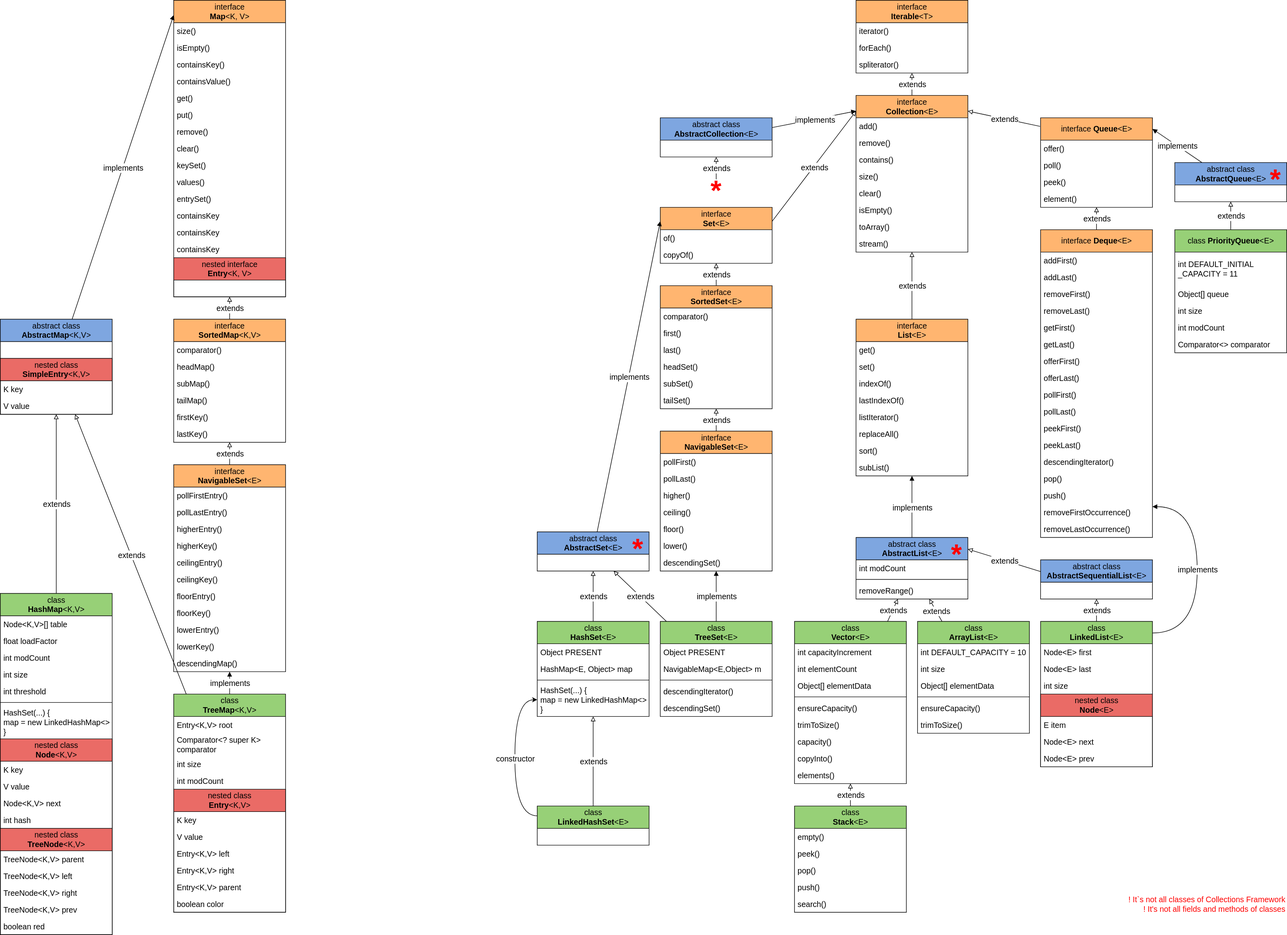
This is Collections Framework.svg from v-sidorenko/javapic, a draw.io export, as it was before one commit. Source tidied: cells renumbered, new cells last; positions are measured from the earlier drawing's top-left corner, leaving out a move shared by most shapes.
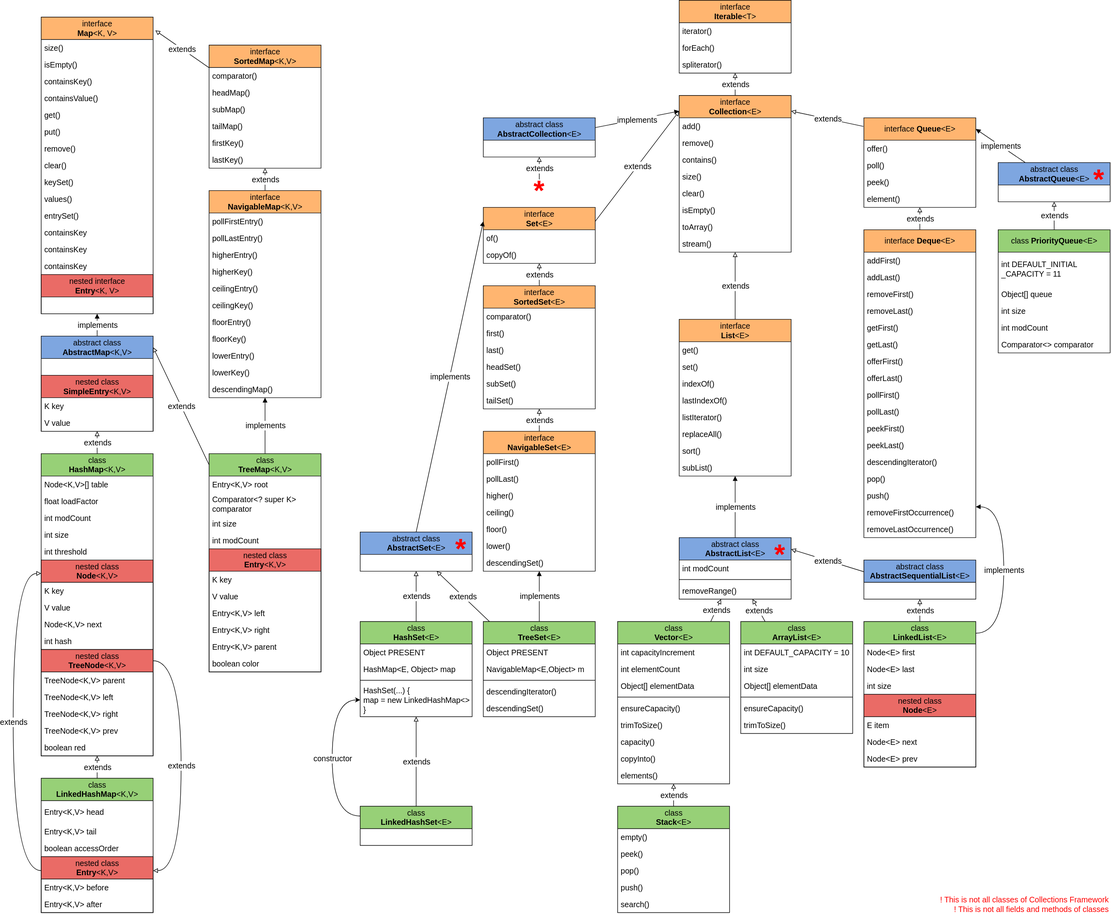
The same diagram one commit later.

Commit message:
Collection Framework done

What changed in the source:
```diff
@@ -194,8 +194,8 @@
     <mxCell id="65" style="endArrow=classic;html=1;rounded=0;edgeStyle=orthogonalEdgeStyle;curved=1;exitX=0;exitY=0.25;exitDx=0;exitDy=0;entryX=0;entryY=0.5;entryDx=0;entryDy=0;" parent="1" edge="1" source="61" target="58">
       <mxGeometry relative="1" as="geometry">
         <Array as="points">
-          <mxPoint x="920" y="1458" />
-          <mxPoint x="920" y="1250" />
+          <mxPoint x="910" y="1458" />
+          <mxPoint x="910" y="1250" />
         </Array>
       </mxGeometry>
     </mxCell>
@@ -364,8 +364,8 @@
     <mxCell id="120" style="endArrow=block;html=1;rounded=0;fontSize=14;fontColor=#000000;startSize=40;endFill=1;edgeStyle=orthogonalEdgeStyle;curved=1;exitX=1;exitY=0.08;exitDx=0;exitDy=0;exitPerimeter=0;entryX=1;entryY=0.9;entryDx=0;entryDy=0;entryPerimeter=0;" parent="1" edge="1" source="92" target="102">
       <mxGeometry relative="1" as="geometry">
         <Array as="points">
-          <mxPoint x="2140" y="1131" />
-          <mxPoint x="2140" y="905" />
+          <mxPoint x="2110" y="1131" />
+          <mxPoint x="2110" y="905" />
         </Array>
       </mxGeometry>
     </mxCell>
@@ -541,7 +541,7 @@
       <mxGeometry x="170" y="10" width="20" height="20" as="geometry" />
     </mxCell>
     <mxCell id="178" value="interface&lt;br&gt;&lt;b&gt;Map&lt;/b&gt;&amp;lt;K, V&amp;gt;" style="swimlane;fontStyle=0;horizontal=1;startSize=40;fontSize=14;strokeColor=default;fillColor=#FFB570;arcSize=15;html=1;swimlaneFillColor=none;" parent="1" vertex="1">
-      <mxGeometry x="310" width="200" height="530" as="geometry" />
+      <mxGeometry x="390" y="30" width="200" height="530" as="geometry" />
     </mxCell>
     <mxCell id="179" value="size()" style="text;strokeColor=none;fillColor=none;align=left;verticalAlign=middle;spacingLeft=4;spacingRight=4;overflow=hidden;fontSize=14;fontColor=default;fontStyle=0;" parent="178" vertex="1">
       <mxGeometry y="40" width="200" height="30" as="geometry" />
@@ -589,7 +589,7 @@
       <mxGeometry y="460" width="200" height="70" as="geometry" />
     </mxCell>
     <mxCell id="194" value="interface&lt;br&gt;&lt;b&gt;SortedMap&lt;/b&gt;&amp;lt;K,V&amp;gt;" style="swimlane;fontStyle=0;horizontal=1;startSize=40;fontSize=14;strokeColor=default;fillColor=#FFB570;arcSize=15;html=1;swimlaneFillColor=none;" parent="1" vertex="1">
-      <mxGeometry x="310" y="570" width="200" height="220" as="geometry" />
+      <mxGeometry x="690" y="80" width="200" height="220" as="geometry" />
     </mxCell>
     <mxCell id="195" value="comparator()" style="text;strokeColor=none;fillColor=none;align=left;verticalAlign=middle;spacingLeft=4;spacingRight=4;overflow=hidden;fontSize=14;fontColor=#000000;fontStyle=0;" parent="194" vertex="1">
       <mxGeometry y="40" width="200" height="30" as="geometry" />
@@ -609,14 +609,14 @@
     <mxCell id="200" value="lastKey()" style="text;strokeColor=none;fillColor=none;align=left;verticalAlign=middle;spacingLeft=4;spacingRight=4;overflow=hidden;fontSize=14;fontColor=#000000;" parent="194" vertex="1">
       <mxGeometry y="190" width="200" height="30" as="geometry" />
     </mxCell>
-    <mxCell id="201" style="endArrow=block;html=1;rounded=0;fontSize=14;fontColor=#000000;startSize=40;endFill=0;" parent="1" edge="1" source="194" target="178">
+    <mxCell id="201" style="endArrow=block;html=1;rounded=0;fontSize=14;fontColor=#000000;startSize=40;endFill=0;entryX=1.02;entryY=0.045;entryDx=0;entryDy=0;entryPerimeter=0;" parent="1" edge="1" source="194" target="178">
       <mxGeometry relative="1" as="geometry" />
     </mxCell>
     <mxCell id="202" value="extends" style="edgeLabel;html=1;align=center;verticalAlign=middle;fontSize=14;fontColor=#000000;startSize=40;strokeColor=default;fillColor=none;" parent="201" vertex="1">
       <mxGeometry relative="1" as="geometry" />
     </mxCell>
-    <mxCell id="203" value="interface&lt;br&gt;&lt;b&gt;NavigableSet&lt;/b&gt;&amp;lt;E&amp;gt;" style="swimlane;fontStyle=0;horizontal=1;startSize=40;fontSize=14;strokeColor=default;fillColor=#FFB570;arcSize=15;html=1;swimlaneFillColor=none;" parent="1" vertex="1">
-      <mxGeometry x="310" y="830" width="200" height="370" as="geometry" />
+    <mxCell id="203" value="interface&lt;br&gt;&lt;b&gt;NavigableMap&lt;/b&gt;&amp;lt;K,V&amp;gt;" style="swimlane;fontStyle=0;horizontal=1;startSize=40;fontSize=14;strokeColor=default;fillColor=#FFB570;arcSize=15;html=1;swimlaneFillColor=none;" parent="1" vertex="1">
+      <mxGeometry x="690" y="340" width="200" height="370" as="geometry" />
     </mxCell>
     <mxCell id="204" value="pollFirstEntry()" style="text;strokeColor=none;fillColor=none;align=left;verticalAlign=middle;spacingLeft=4;spacingRight=4;overflow=hidden;fontSize=14;fontColor=#000000;fontStyle=0;" parent="203" vertex="1">
       <mxGeometry y="40" width="200" height="30" as="geometry" />
@@ -658,7 +658,7 @@
       <mxGeometry relative="1" as="geometry" />
     </mxCell>
     <mxCell id="217" value="abstract class&lt;br&gt;&lt;b&gt;AbstractMap&lt;/b&gt;&amp;lt;K,V&amp;gt;" style="swimlane;fontStyle=0;horizontal=1;startSize=40;fontSize=14;strokeColor=default;fillColor=#7EA6E0;arcSize=15;html=1;swimlaneFillColor=none;" parent="1" vertex="1">
-      <mxGeometry y="570" width="200" height="170" as="geometry" />
+      <mxGeometry x="390" y="600" width="200" height="170" as="geometry" />
     </mxCell>
     <mxCell id="218" value=" " style="text;strokeColor=none;fillColor=none;align=left;verticalAlign=middle;spacingLeft=4;spacingRight=4;overflow=hidden;fontSize=14;fontColor=#000000;fontStyle=0;" parent="217" vertex="1">
       <mxGeometry y="40" width="200" height="30" as="geometry" />
@@ -673,7 +673,7 @@
       <mxGeometry y="70" width="200" height="30" as="geometry" />
     </mxCell>
     <mxCell id="222" value="class&lt;br&gt;&lt;b&gt;TreeMap&lt;/b&gt;&amp;lt;K,V&amp;gt;" style="swimlane;fontStyle=0;horizontal=1;startSize=40;fontSize=14;strokeColor=default;fillColor=#97D077;arcSize=15;html=1;swimlaneFillColor=none;" parent="1" vertex="1">
-      <mxGeometry x="310" y="1240" width="200" height="390" as="geometry" />
+      <mxGeometry x="690" y="810" width="200" height="390" as="geometry" />
     </mxCell>
     <mxCell id="223" value="Entry&lt;K,V&gt; root" style="text;strokeColor=none;fillColor=none;align=left;verticalAlign=middle;spacingLeft=4;spacingRight=4;overflow=hidden;fontSize=14;fontColor=#000000;" parent="222" vertex="1">
       <mxGeometry y="40" width="200" height="30" as="geometry" />
@@ -714,23 +714,23 @@
     <mxCell id="235" value="implements" style="edgeLabel;html=1;align=center;verticalAlign=middle;fontSize=14;fontColor=#000000;startSize=40;strokeColor=default;fillColor=none;" parent="234" vertex="1">
       <mxGeometry relative="1" as="geometry" />
     </mxCell>
-    <mxCell id="236" style="endArrow=block;html=1;rounded=0;fontSize=14;fontColor=#000000;startSize=40;endFill=0;exitX=-0.003;exitY=0.052;exitDx=0;exitDy=0;exitPerimeter=0;" parent="1" edge="1" source="222" target="217">
+    <mxCell id="236" style="endArrow=block;html=1;rounded=0;fontSize=14;fontColor=#000000;startSize=40;endFill=0;exitX=0;exitY=0.051;exitDx=0;exitDy=0;entryX=1;entryY=0.118;entryDx=0;entryDy=0;entryPerimeter=0;exitPerimeter=0;" parent="1" edge="1" source="222" target="217">
       <mxGeometry relative="1" as="geometry" />
     </mxCell>
     <mxCell id="237" value="extends" style="edgeLabel;html=1;align=center;verticalAlign=middle;fontSize=14;fontColor=#000000;startSize=40;strokeColor=default;fillColor=none;" parent="236" vertex="1">
       <mxGeometry relative="1" as="geometry" />
     </mxCell>
-    <mxCell id="238" value="! It`s not all classes of Collections Framework&#10;! It's not all fields and methods of classes" style="text;strokeColor=none;fillColor=none;align=right;verticalAlign=middle;rounded=0;fontSize=14;fontColor=#FF0000;spacing=2;fontStyle=0;" parent="1" vertex="1">
-      <mxGeometry x="2010" y="1600" width="290" height="30" as="geometry" />
+    <mxCell id="238" value="! This is not all classes of Collections Framework&#10;! This is not all fields and methods of classes" style="text;strokeColor=none;fillColor=none;align=right;verticalAlign=middle;rounded=0;fontSize=14;fontColor=#FF0000;spacing=2;fontStyle=0;" parent="1" vertex="1">
+      <mxGeometry x="1970" y="1600" width="330" height="30" as="geometry" />
     </mxCell>
-    <mxCell id="239" style="endArrow=block;html=1;rounded=0;fontSize=14;fontColor=#000000;startSize=40;endFill=1;entryX=0;entryY=0.05;entryDx=0;entryDy=0;entryPerimeter=0;" parent="1" edge="1" source="217" target="178">
+    <mxCell id="239" style="endArrow=block;html=1;rounded=0;fontSize=14;fontColor=#000000;startSize=40;endFill=1;" parent="1" edge="1" source="217" target="178">
       <mxGeometry relative="1" as="geometry" />
     </mxCell>
     <mxCell id="240" value="implements" style="edgeLabel;html=1;align=center;verticalAlign=middle;fontSize=14;fontColor=#000000;startSize=40;strokeColor=default;fillColor=none;" parent="239" vertex="1">
       <mxGeometry relative="1" as="geometry" />
     </mxCell>
     <mxCell id="241" value="class&lt;br&gt;&lt;b&gt;HashMap&lt;/b&gt;&amp;lt;K,V&amp;gt;" style="swimlane;fontStyle=0;horizontal=1;startSize=40;fontSize=14;strokeColor=default;fillColor=#97D077;arcSize=15;html=1;swimlaneFillColor=none;" parent="1" vertex="1">
-      <mxGeometry y="1060" width="200" height="610" as="geometry" />
+      <mxGeometry x="390" y="810" width="200" height="540" as="geometry" />
     </mxCell>
     <mxCell id="242" value="Node&lt;K,V&gt;[] table" style="text;strokeColor=none;fillColor=none;align=left;verticalAlign=middle;spacingLeft=4;spacingRight=4;overflow=hidden;fontSize=14;fontColor=#000000;fontStyle=0;" parent="241" vertex="1">
       <mxGeometry y="40" width="200" height="30" as="geometry" />
@@ -747,14 +747,8 @@
     <mxCell id="246" value="int threshold" style="text;strokeColor=none;fillColor=none;align=left;verticalAlign=middle;spacingLeft=4;spacingRight=4;overflow=hidden;fontSize=14;fontColor=#000000;fontStyle=0;" parent="241" vertex="1">
       <mxGeometry y="160" width="200" height="30" as="geometry" />
     </mxCell>
-    <mxCell id="247" style="line;strokeWidth=1;html=1;" parent="241" vertex="1">
-      <mxGeometry y="190" width="200" height="10" as="geometry" />
-    </mxCell>
-    <mxCell id="248" value="HashSet(...) {&#10;map = new LinkedHashMap&lt;&gt;(...);&#10;}" style="text;strokeColor=none;fillColor=none;align=left;verticalAlign=middle;spacingLeft=4;spacingRight=4;overflow=hidden;fontSize=14;fontColor=#000000;" parent="241" vertex="1">
-      <mxGeometry y="200" width="200" height="60" as="geometry" />
-    </mxCell>
     <mxCell id="249" value="nested class&lt;br&gt;&lt;b&gt;Node&lt;/b&gt;&amp;lt;K,V&amp;gt;" style="swimlane;fontStyle=0;horizontal=1;startSize=40;fontSize=14;strokeColor=default;fillColor=#EA6B66;arcSize=15;html=1;swimlaneFillColor=none;" parent="241" vertex="1">
-      <mxGeometry y="260" width="200" height="160" as="geometry" />
+      <mxGeometry y="190" width="200" height="160" as="geometry" />
     </mxCell>
     <mxCell id="250" value="K key" style="text;strokeColor=none;fillColor=none;align=left;verticalAlign=middle;spacingLeft=4;spacingRight=4;overflow=hidden;fontSize=14;fontColor=#000000;fontStyle=0;" parent="249" vertex="1">
       <mxGeometry y="40" width="200" height="30" as="geometry" />
@@ -769,7 +763,7 @@
       <mxGeometry y="130" width="200" height="30" as="geometry" />
     </mxCell>
     <mxCell id="254" value="nested class&lt;br&gt;&lt;b&gt;TreeNode&lt;/b&gt;&amp;lt;K,V&amp;gt;" style="swimlane;fontStyle=0;horizontal=1;startSize=40;fontSize=14;strokeColor=default;fillColor=#EA6B66;arcSize=15;html=1;swimlaneFillColor=none;" parent="241" vertex="1">
-      <mxGeometry y="420" width="200" height="190" as="geometry" />
+      <mxGeometry y="350" width="200" height="190" as="geometry" />
     </mxCell>
     <mxCell id="255" value="TreeNode&lt;K,V&gt; parent" style="text;strokeColor=none;fillColor=none;align=left;verticalAlign=middle;spacingLeft=4;spacingRight=4;overflow=hidden;fontSize=14;fontColor=#000000;fontStyle=0;" parent="254" vertex="1">
       <mxGeometry y="40" width="200" height="30" as="geometry" />
@@ -792,5 +786,54 @@
     <mxCell id="261" value="extends" style="edgeLabel;html=1;align=center;verticalAlign=middle;fontSize=14;fontColor=#000000;startSize=40;strokeColor=default;fillColor=none;" parent="260" vertex="1">
       <mxGeometry relative="1" as="geometry" />
     </mxCell>
+    <mxCell id="262" value="class&lt;br&gt;&lt;b&gt;LinkedHashMap&lt;/b&gt;&amp;lt;K,V&amp;gt;" style="swimlane;fontStyle=0;horizontal=1;startSize=40;fontSize=14;strokeColor=default;fillColor=#97D077;arcSize=15;html=1;swimlaneFillColor=none;" parent="1" vertex="1">
+      <mxGeometry x="390" y="1390" width="200" height="240" as="geometry" />
+    </mxCell>
+    <mxCell id="263" value="Entry&lt;K,V&gt; head" style="text;strokeColor=none;fillColor=none;align=left;verticalAlign=middle;spacingLeft=4;spacingRight=4;overflow=hidden;fontSize=14;fontColor=#000000;fontStyle=0;" parent="262" vertex="1">
+      <mxGeometry y="40" width="200" height="40" as="geometry" />
+    </mxCell>
+    <mxCell id="264" value="Entry&lt;K,V&gt; tail" style="text;strokeColor=none;fillColor=none;align=left;verticalAlign=middle;spacingLeft=4;spacingRight=4;overflow=hidden;fontSize=14;fontColor=#000000;fontStyle=0;" parent="262" vertex="1">
+      <mxGeometry y="80" width="200" height="30" as="geometry" />
+    </mxCell>
+    <mxCell id="265" value="boolean accessOrder" style="text;strokeColor=none;fillColor=none;align=left;verticalAlign=middle;spacingLeft=4;spacingRight=4;overflow=hidden;fontSize=14;fontColor=#000000;" parent="262" vertex="1">
+      <mxGeometry y="110" width="200" height="30" as="geometry" />
+    </mxCell>
+    <mxCell id="266" value="nested class&lt;br&gt;&lt;b&gt;Entry&lt;/b&gt;&amp;lt;K,V&amp;gt;" style="swimlane;fontStyle=0;horizontal=1;startSize=40;fontSize=14;strokeColor=default;fillColor=#EA6B66;arcSize=15;html=1;swimlaneFillColor=none;" parent="262" vertex="1">
+      <mxGeometry y="140" width="200" height="100" as="geometry" />
+    </mxCell>
+    <mxCell id="267" value="Entry&lt;K,V&gt; before" style="text;strokeColor=none;fillColor=none;align=left;verticalAlign=middle;spacingLeft=4;spacingRight=4;overflow=hidden;fontSize=14;fontColor=#000000;fontStyle=0;" parent="266" vertex="1">
+      <mxGeometry y="40" width="200" height="30" as="geometry" />
+    </mxCell>
+    <mxCell id="268" value="Entry&lt;K,V&gt; after" style="text;strokeColor=none;fillColor=none;align=left;verticalAlign=middle;spacingLeft=4;spacingRight=4;overflow=hidden;fontSize=14;fontColor=#000000;fontStyle=0;" parent="266" vertex="1">
+      <mxGeometry y="70" width="200" height="30" as="geometry" />
+    </mxCell>
+    <mxCell id="269" style="endArrow=block;html=1;rounded=0;fontSize=14;fontColor=#000000;startSize=40;endFill=0;" parent="1" edge="1" source="262" target="241">
+      <mxGeometry relative="1" as="geometry" />
+    </mxCell>
+    <mxCell id="270" value="extends" style="edgeLabel;html=1;align=center;verticalAlign=middle;fontSize=14;fontColor=#000000;startSize=40;strokeColor=default;fillColor=none;" parent="269" vertex="1">
+      <mxGeometry relative="1" as="geometry" />
+    </mxCell>
+    <mxCell id="271" style="endArrow=block;html=1;rounded=0;fontSize=14;fontColor=#000000;startSize=40;endFill=0;exitX=0;exitY=0.25;exitDx=0;exitDy=0;exitPerimeter=0;entryX=0;entryY=0.15;entryDx=0;entryDy=0;entryPerimeter=0;edgeStyle=orthogonalEdgeStyle;curved=1;" parent="1" edge="1" source="266" target="249">
+      <mxGeometry relative="1" as="geometry">
+        <Array as="points">
+          <mxPoint x="340" y="1555" />
+          <mxPoint x="340" y="1024" />
+        </Array>
+      </mxGeometry>
+    </mxCell>
+    <mxCell id="272" value="extends" style="edgeLabel;html=1;align=center;verticalAlign=middle;fontSize=14;fontColor=#000000;startSize=40;strokeColor=default;fillColor=none;" parent="271" vertex="1">
+      <mxGeometry relative="1" as="geometry" />
+    </mxCell>
+    <mxCell id="273" style="endArrow=block;html=1;rounded=0;fontSize=14;fontColor=#000000;startSize=40;endFill=0;exitX=1;exitY=0.105;exitDx=0;exitDy=0;exitPerimeter=0;entryX=1;entryY=0.25;entryDx=0;entryDy=0;edgeStyle=orthogonalEdgeStyle;curved=1;" parent="1" edge="1" source="254" target="266">
+      <mxGeometry relative="1" as="geometry">
+        <Array as="points">
+          <mxPoint x="640" y="1180" />
+          <mxPoint x="640" y="1555" />
+        </Array>
+      </mxGeometry>
+    </mxCell>
+    <mxCell id="274" value="extends" style="edgeLabel;html=1;align=center;verticalAlign=middle;fontSize=14;fontColor=#000000;startSize=40;strokeColor=default;fillColor=none;" parent="273" vertex="1">
+      <mxGeometry relative="1" as="geometry" />
+    </mxCell>
   </root>
 </mxGraphModel>
```
